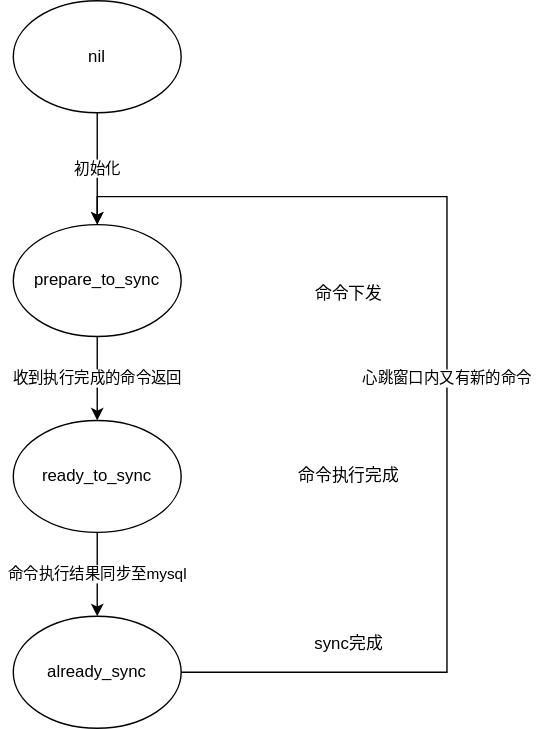
This is tc_服务端命令执行状态转换.svg from c17abab/diag_pics, a draw.io export, as it was before one commit. Source tidied: cells renumbered, new cells last; positions are measured from the earlier drawing's top-left corner, leaving out a move shared by most shapes. Source of this version:
```xml
<mxGraphModel background="#ffffff">
  <root>
    <mxCell id="0" />
    <mxCell id="1" parent="0" />
    <mxCell id="2" value="命令执行结果同步至mysql" style="edgeStyle=orthogonalEdgeStyle;rounded=0;jettySize=auto;html=1;" parent="1" edge="1" source="3" target="5">
      <mxGeometry relative="1" as="geometry" />
    </mxCell>
    <mxCell id="3" value="ready_to_sync" style="ellipse;whiteSpace=wrap;html=1;rounded=1;" parent="1" vertex="1">
      <mxGeometry y="300" width="120" height="80" as="geometry" />
    </mxCell>
    <mxCell id="4" value="心跳窗口内又有新的命令" style="edgeStyle=orthogonalEdgeStyle;rounded=0;jettySize=auto;html=1;entryX=0.5;entryY=0;entryDx=0;entryDy=0;" parent="1" edge="1" source="5" target="7">
      <mxGeometry relative="1" as="geometry">
        <Array as="points">
          <mxPoint x="310" y="480" />
          <mxPoint x="310" y="140" />
          <mxPoint x="60" y="140" />
        </Array>
      </mxGeometry>
    </mxCell>
    <mxCell id="5" value="already_sync" style="ellipse;whiteSpace=wrap;html=1;rounded=1;" parent="1" vertex="1">
      <mxGeometry y="440" width="120" height="80" as="geometry" />
    </mxCell>
    <mxCell id="6" value="收到执行完成的命令返回" style="edgeStyle=orthogonalEdgeStyle;rounded=0;jettySize=auto;html=1;" parent="1" edge="1" source="7" target="3">
      <mxGeometry relative="1" as="geometry" />
    </mxCell>
    <mxCell id="7" value="prepare_to_sync" style="ellipse;whiteSpace=wrap;html=1;rounded=1;" parent="1" vertex="1">
      <mxGeometry y="160" width="120" height="80" as="geometry" />
    </mxCell>
    <mxCell id="8" value="命令下发" style="text;html=1;strokeColor=none;fillColor=none;align=center;verticalAlign=middle;whiteSpace=wrap;rounded=0;" parent="1" vertex="1">
      <mxGeometry x="200" y="200" width="80" height="20" as="geometry" />
    </mxCell>
    <mxCell id="9" value="命令执行完成" style="text;html=1;strokeColor=none;fillColor=none;align=center;verticalAlign=middle;whiteSpace=wrap;rounded=0;" parent="1" vertex="1">
      <mxGeometry x="200" y="330" width="80" height="20" as="geometry" />
    </mxCell>
    <mxCell id="10" value="sync完成" style="text;html=1;strokeColor=none;fillColor=none;align=center;verticalAlign=middle;whiteSpace=wrap;rounded=0;" parent="1" vertex="1">
      <mxGeometry x="200" y="450" width="80" height="20" as="geometry" />
    </mxCell>
    <mxCell id="11" value="初始化" style="edgeStyle=orthogonalEdgeStyle;rounded=0;jettySize=auto;html=1;" parent="1" edge="1" source="12" target="7">
      <mxGeometry relative="1" as="geometry" />
    </mxCell>
    <mxCell id="12" value="nil" style="ellipse;whiteSpace=wrap;html=1;rounded=1;" parent="1" vertex="1">
      <mxGeometry width="120" height="80" as="geometry" />
    </mxCell>
  </root>
</mxGraphModel>
```
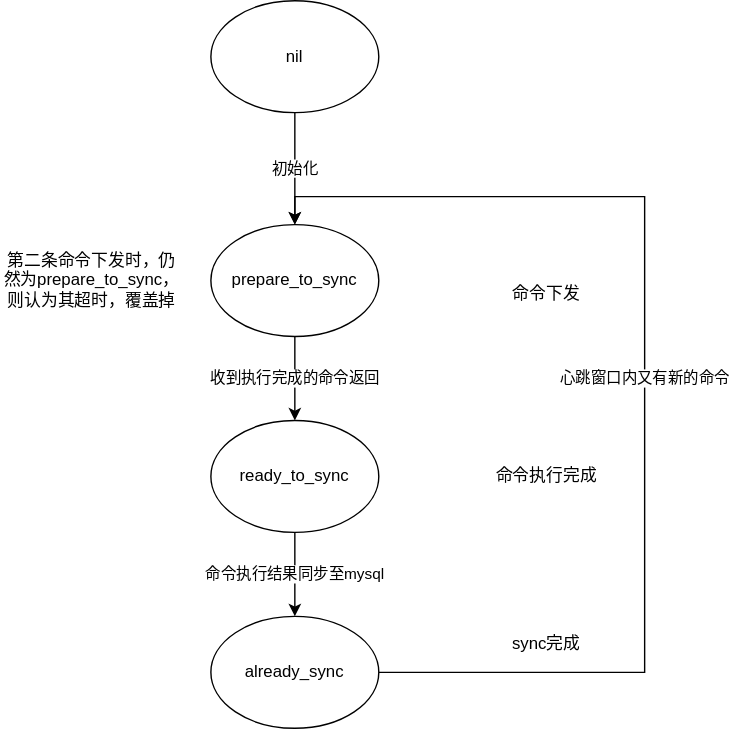
The same diagram one commit later.

Commit message:
更新tc_服务端命令执行状态转换.svg

Diff of the diagram source:
```diff
@@ -41,5 +41,8 @@
     <mxCell id="12" value="nil" style="ellipse;whiteSpace=wrap;html=1;rounded=1;" parent="1" vertex="1">
       <mxGeometry width="120" height="80" as="geometry" />
     </mxCell>
+    <mxCell id="13" value="第二条命令下发时，仍然为prepare_to_sync，则认为其超时，覆盖掉" style="text;html=1;strokeColor=none;fillColor=none;align=center;verticalAlign=middle;whiteSpace=wrap;rounded=0;" parent="1" vertex="1">
+      <mxGeometry x="-150" y="190" width="130" height="20" as="geometry" />
+    </mxCell>
   </root>
 </mxGraphModel>
```
